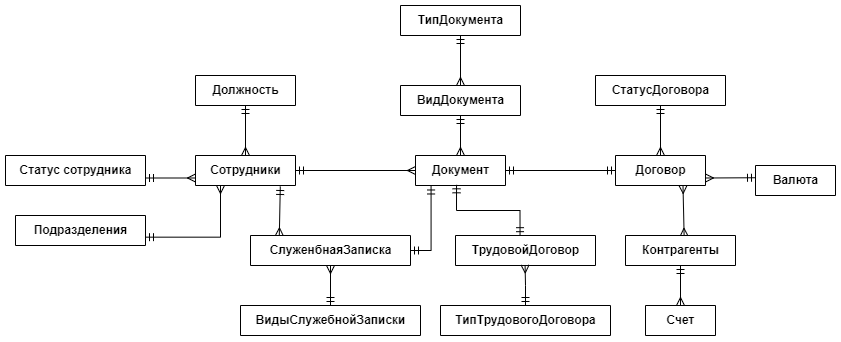
Earlier version of the draw.io export misc/диаграммы/концептуальная модель.drawio.png (alwegr/gorodinec-graduate-project). Source tidied: cells renumbered, new cells last; positions are measured from the earlier drawing's top-left corner, leaving out a move shared by most shapes.
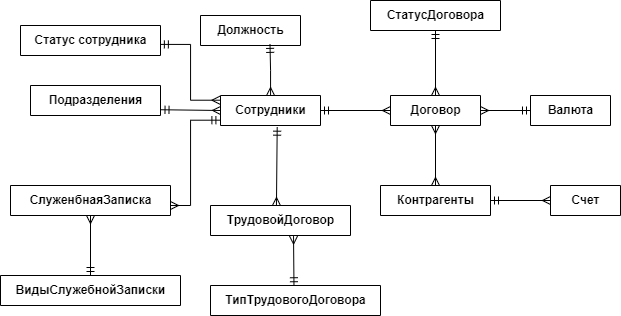
The same diagram one commit later.

Change to the diagram source:
```diff
@@ -2,83 +2,68 @@
   <root>
     <mxCell id="0" />
     <mxCell id="1" parent="0" />
+    <mxCell id="28" style="rounded=0;jettySize=auto;html=1;endArrow=ERmany;endFill=0;startArrow=ERmandOne;startFill=0;exitX=0.567;exitY=1.056;exitDx=0;exitDy=0;exitPerimeter=0;entryX=0.471;entryY=0;entryDx=0;entryDy=0;entryPerimeter=0;" parent="1" edge="1" source="2" target="25">
+      <mxGeometry relative="1" as="geometry" />
+    </mxCell>
     <mxCell id="2" value="Сотрудники" style="shape=table;startSize=30;rowLines=0;fontStyle=1;align=center;html=1;swimlaneFillColor=default;" parent="1" vertex="1" collapsed="1">
-      <mxGeometry x="190" y="150" width="100" height="30" as="geometry" />
+      <mxGeometry x="-6010" y="2860" width="100" height="30" as="geometry" />
     </mxCell>
     <mxCell id="3" value="Должность" style="shape=table;startSize=30;rowLines=0;fontStyle=1;align=center;html=1;swimlaneFillColor=default;" parent="1" vertex="1" collapsed="1">
-      <mxGeometry x="190" y="70" width="100" height="30" as="geometry" />
+      <mxGeometry x="-6030" y="2780" width="100" height="30" as="geometry" />
     </mxCell>
     <mxCell id="4" value="Подразделения" style="shape=table;startSize=30;rowLines=0;fontStyle=1;align=center;html=1;swimlaneFillColor=default;" parent="1" vertex="1" collapsed="1">
-      <mxGeometry x="10" y="210" width="130" height="30" as="geometry" />
+      <mxGeometry x="-6200" y="2850" width="130" height="30" as="geometry" />
     </mxCell>
     <mxCell id="5" value="Статус сотрудника" style="shape=table;startSize=30;rowLines=0;fontStyle=1;align=center;html=1;swimlaneFillColor=default;" parent="1" vertex="1" collapsed="1">
-      <mxGeometry y="150" width="140" height="30" as="geometry" />
+      <mxGeometry x="-6210" y="2790" width="140" height="30" as="geometry" />
     </mxCell>
-    <mxCell id="6" style="rounded=0;jettySize=auto;html=1;exitX=0.5;exitY=1;exitDx=0;exitDy=0;endArrow=ERmany;endFill=0;startArrow=ERmandOne;startFill=0;entryX=0.5;entryY=0;entryDx=0;entryDy=0;" parent="1" edge="1" source="3" target="2">
-      <mxGeometry relative="1" as="geometry" />
-    </mxCell>
+    <mxCell id="29" style="rounded=0;jettySize=auto;html=1;entryX=1.004;entryY=0.808;entryDx=0;entryDy=0;entryPerimeter=0;endArrow=ERmandOne;endFill=0;startArrow=ERmany;startFill=0;exitX=0;exitY=0.5;exitDx=0;exitDy=0;" parent="1" edge="1" source="2" target="4">
+      <mxGeometry relative="1" as="geometry" />
+    </mxCell>
-    <mxCell id="7" value="Документ" style="shape=table;startSize=30;rowLines=0;fontStyle=1;align=center;html=1;" parent="1" vertex="1" collapsed="1">
-      <mxGeometry x="410" y="150" width="90" height="30" as="geometry" />
+    <mxCell id="7" value="Контрагенты" style="shape=table;startSize=30;rowLines=0;fontStyle=1;align=center;html=1;" parent="1" vertex="1" collapsed="1">
+      <mxGeometry x="-5850" y="2950" width="110" height="30" as="geometry" />
     </mxCell>
-    <mxCell id="8" style="rounded=0;jettySize=auto;html=1;entryX=0.75;entryY=1;entryDx=0;entryDy=0;endArrow=ERmany;endFill=0;startArrow=ERmany;startFill=0;exitX=0.533;exitY=0.025;exitDx=0;exitDy=0;exitPerimeter=0;" parent="1" edge="1" source="9" target="16">
-      <mxGeometry relative="1" as="geometry" />
-    </mxCell>
-    <mxCell id="9" value="Контрагенты" style="shape=table;startSize=30;rowLines=0;fontStyle=1;align=center;html=1;" parent="1" vertex="1" collapsed="1">
-      <mxGeometry x="620" y="230" width="110" height="30" as="geometry" />
-    </mxCell>
     <mxCell id="10" value="Счет" style="shape=table;startSize=30;rowLines=0;fontStyle=1;align=center;html=1;" parent="1" vertex="1" collapsed="1">
-      <mxGeometry x="640" y="300" width="70" height="30" as="geometry" />
+      <mxGeometry x="-5680" y="2950" width="70" height="30" as="geometry" />
     </mxCell>
-    <mxCell id="11" value="ТипДокумента" style="shape=table;startSize=30;rowLines=0;fontStyle=1;align=center;html=1;" parent="1" vertex="1" collapsed="1">
-      <mxGeometry x="395" width="120" height="30" as="geometry" />
-    </mxCell>
-    <mxCell id="12" style="edgeStyle=orthogonalEdgeStyle;rounded=0;jettySize=auto;html=1;startArrow=ERmandOne;startFill=0;endArrow=ERmany;endFill=0;" parent="1" edge="1" source="13" target="7">
-      <mxGeometry relative="1" as="geometry" />
-    </mxCell>
-    <mxCell id="13" value="ВидДокумента" style="shape=table;startSize=30;rowLines=0;fontStyle=1;align=center;html=1;" parent="1" vertex="1" collapsed="1">
-      <mxGeometry x="395" y="80" width="120" height="30" as="geometry" />
-    </mxCell>
-    <mxCell id="14" style="rounded=0;jettySize=auto;html=1;endArrow=ERmany;endFill=0;startArrow=ERmandOne;startFill=0;entryX=0;entryY=0.75;entryDx=0;entryDy=0;exitX=1;exitY=0.75;exitDx=0;exitDy=0;" parent="1" edge="1" source="5" target="2">
-      <mxGeometry relative="1" as="geometry" />
-    </mxCell>
-    <mxCell id="15" style="rounded=0;jettySize=auto;html=1;entryX=1;entryY=0.5;entryDx=0;entryDy=0;startArrow=ERmandOne;startFill=0;endArrow=ERmandOne;endFill=0;exitX=0;exitY=0.5;exitDx=0;exitDy=0;" parent="1" edge="1" source="16" target="7">
-      <mxGeometry relative="1" as="geometry" />
-    </mxCell>
     <mxCell id="16" value="Договор" style="shape=table;startSize=30;rowLines=0;fontStyle=1;align=center;html=1;" parent="1" vertex="1" collapsed="1">
-      <mxGeometry x="610" y="150" width="90" height="30" as="geometry" />
+      <mxGeometry x="-5840" y="2860" width="90" height="30" as="geometry" />
     </mxCell>
-    <mxCell id="17" style="edgeStyle=orthogonalEdgeStyle;rounded=0;jettySize=auto;html=1;endArrow=ERmany;endFill=0;startArrow=ERmandOne;startFill=0;" parent="1" edge="1" source="18" target="16">
-      <mxGeometry relative="1" as="geometry" />
-    </mxCell>
+    <mxCell id="30" style="rounded=0;jettySize=auto;html=1;exitX=0.5;exitY=0;exitDx=0;exitDy=0;endArrow=ERmany;endFill=0;startArrow=ERmany;startFill=0;entryX=0.5;entryY=1;entryDx=0;entryDy=0;" parent="1" edge="1" source="7" target="16">
+      <mxGeometry relative="1" as="geometry" />
+    </mxCell>
+    <mxCell id="31" style="edgeStyle=orthogonalEdgeStyle;rounded=0;jettySize=auto;html=1;endArrow=ERmany;endFill=0;startArrow=ERmandOne;startFill=0;" parent="1" edge="1" source="18" target="16">
+      <mxGeometry relative="1" as="geometry" />
+    </mxCell>
     <mxCell id="18" value="СтатусДоговора" style="shape=table;startSize=30;rowLines=0;fontStyle=1;align=center;html=1;" parent="1" vertex="1" collapsed="1">
-      <mxGeometry x="590" y="70" width="130" height="30" as="geometry" />
+      <mxGeometry x="-5860" y="2765" width="130" height="30" as="geometry" />
     </mxCell>
-    <mxCell id="19" style="rounded=0;jettySize=auto;html=1;endArrow=ERmany;endFill=0;startArrow=ERmandOne;startFill=0;entryX=1;entryY=0.75;entryDx=0;entryDy=0;exitX=0;exitY=0.408;exitDx=0;exitDy=0;exitPerimeter=0;" parent="1" edge="1" source="20" target="16">
+    <mxCell id="19" style="edgeStyle=orthogonalEdgeStyle;rounded=0;jettySize=auto;html=1;endArrow=ERmany;endFill=0;startArrow=ERmandOne;startFill=0;entryX=1;entryY=0.5;entryDx=0;entryDy=0;" parent="1" edge="1" source="20" target="16">
       <mxGeometry relative="1" as="geometry" />
     </mxCell>
     <mxCell id="20" value="Валюта" style="shape=table;startSize=30;rowLines=0;fontStyle=1;align=center;html=1;" parent="1" vertex="1" collapsed="1">
-      <mxGeometry x="750" y="160" width="80" height="30" as="geometry" />
+      <mxGeometry x="-5700" y="2860" width="80" height="30" as="geometry" />
     </mxCell>
-    <mxCell id="21" style="rounded=0;jettySize=auto;html=1;startArrow=ERmany;startFill=0;endArrow=ERmandOne;endFill=0;exitX=0.18;exitY=0.009;exitDx=0;exitDy=0;exitPerimeter=0;entryX=0.848;entryY=1.033;entryDx=0;entryDy=0;entryPerimeter=0;" parent="1" edge="1" source="22" target="2">
-      <mxGeometry relative="1" as="geometry" />
-    </mxCell>
     <mxCell id="22" value="СлуженбнаяЗаписка" style="shape=table;startSize=30;rowLines=0;fontStyle=1;align=center;html=1;" parent="1" vertex="1" collapsed="1">
-      <mxGeometry x="245" y="230" width="160" height="30" as="geometry" />
+      <mxGeometry x="-6220" y="2950" width="160" height="30" as="geometry" />
     </mxCell>
-    <mxCell id="23" style="edgeStyle=orthogonalEdgeStyle;rounded=0;jettySize=auto;html=1;endArrow=ERmany;endFill=0;startArrow=ERmandOne;startFill=0;" parent="1" edge="1" source="24" target="22">
-      <mxGeometry relative="1" as="geometry" />
-    </mxCell>
-    <mxCell id="24" value="ВидыСлужебнойЗаписки" style="shape=table;startSize=30;rowLines=0;fontStyle=1;align=center;html=1;" parent="1" vertex="1" collapsed="1">
-      <mxGeometry x="235" y="300" width="180" height="30" as="geometry" />
-    </mxCell>
+    <mxCell id="32" style="edgeStyle=orthogonalEdgeStyle;rounded=0;jettySize=auto;html=1;endArrow=ERmany;endFill=0;startArrow=ERmandOne;startFill=0;" parent="1" edge="1" source="17" target="22">
+      <mxGeometry relative="1" as="geometry" />
+    </mxCell>
+    <mxCell id="17" value="ВидыСлужебнойЗаписки" style="shape=table;startSize=30;rowLines=0;fontStyle=1;align=center;html=1;" parent="1" vertex="1" collapsed="1">
+      <mxGeometry x="-6230" y="3040" width="180" height="30" as="geometry" />
+    </mxCell>
     <mxCell id="25" value="ТрудовойДоговор" style="shape=table;startSize=30;rowLines=0;fontStyle=1;align=center;html=1;" parent="1" vertex="1" collapsed="1">
-      <mxGeometry x="450" y="230" width="140" height="30" as="geometry" />
+      <mxGeometry x="-6020" y="2970" width="140" height="30" as="geometry" />
     </mxCell>
     <mxCell id="26" value="ТипТрудовогоДоговора" style="shape=table;startSize=30;rowLines=0;fontStyle=1;align=center;html=1;" parent="1" vertex="1" collapsed="1">
-      <mxGeometry x="435" y="300" width="170" height="30" as="geometry" />
+      <mxGeometry x="-6020" y="3050" width="170" height="30" as="geometry" />
     </mxCell>
-    <mxCell id="27" style="rounded=0;jettySize=auto;html=1;startArrow=ERmandOne;startFill=0;endArrow=ERmandOne;endFill=0;entryX=0.173;entryY=1.016;entryDx=0;entryDy=0;entryPerimeter=0;edgeStyle=orthogonalEdgeStyle;" parent="1" edge="1" source="22" target="7">
-      <mxGeometry relative="1" as="geometry" />
-    </mxCell>
+    <mxCell id="33" style="rounded=0;jettySize=auto;html=1;entryX=0.593;entryY=1.019;entryDx=0;entryDy=0;entryPerimeter=0;endArrow=ERmany;endFill=0;startArrow=ERmandOne;startFill=0;exitX=0.491;exitY=0.008;exitDx=0;exitDy=0;exitPerimeter=0;" parent="1" edge="1" source="26" target="25">
+      <mxGeometry relative="1" as="geometry" />
+    </mxCell>
+    <mxCell id="34" style="edgeStyle=orthogonalEdgeStyle;rounded=0;jettySize=auto;html=1;entryX=0.695;entryY=0.963;entryDx=0;entryDy=0;entryPerimeter=0;endArrow=ERmandOne;endFill=0;startArrow=ERmany;startFill=0;" parent="1" edge="1" source="2" target="3">
+      <mxGeometry relative="1" as="geometry" />
+    </mxCell>
   </root>
 </mxGraphModel>
```
